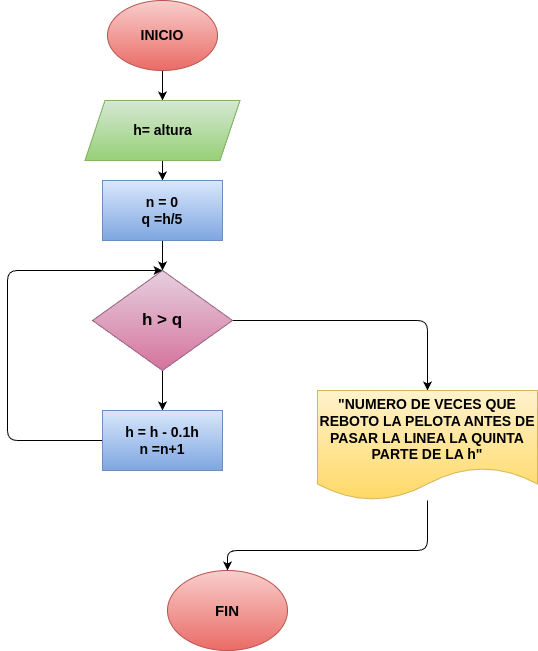
Before: Ejercicio_4/diagrama.png, a diagram exported from draw.io (andrespinillacolegioguanenta/INTRUCCIONES_REP). Source tidied: cells renumbered, new cells last; positions are measured from the earlier drawing's top-left corner, leaving out a move shared by most shapes.
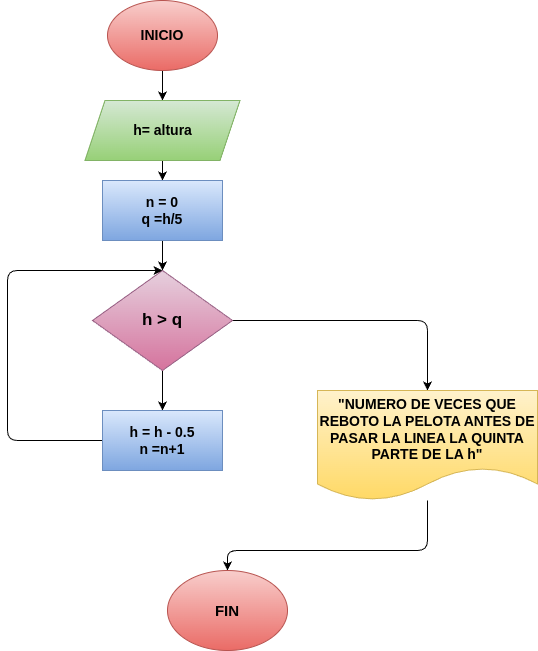
The same file after the commit.

The edit, as a diff of the source:
```diff
@@ -41,7 +41,7 @@
         </Array>
       </mxGeometry>
     </mxCell>
-    <mxCell id="12" value="&lt;b&gt;&lt;font style=&quot;font-size: 14px; color: rgb(0, 0, 0);&quot;&gt;h = h - 0.1h&lt;/font&gt;&lt;/b&gt;&lt;div&gt;&lt;b&gt;&lt;font style=&quot;font-size: 14px; color: rgb(0, 0, 0);&quot;&gt;n =n+1&lt;/font&gt;&lt;/b&gt;&lt;/div&gt;" style="rounded=0;whiteSpace=wrap;html=1;fillColor=#dae8fc;gradientColor=#7ea6e0;strokeColor=#6c8ebf;" parent="1" vertex="1">
+    <mxCell id="12" value="&lt;b&gt;&lt;font style=&quot;font-size: 14px; color: rgb(0, 0, 0);&quot;&gt;h = h - 0.5&lt;/font&gt;&lt;/b&gt;&lt;div&gt;&lt;b&gt;&lt;font style=&quot;font-size: 14px; color: rgb(0, 0, 0);&quot;&gt;n =n+1&lt;/font&gt;&lt;/b&gt;&lt;/div&gt;" style="rounded=0;whiteSpace=wrap;html=1;fillColor=#dae8fc;gradientColor=#7ea6e0;strokeColor=#6c8ebf;" parent="1" vertex="1">
       <mxGeometry x="95" y="410" width="120" height="60" as="geometry" />
     </mxCell>
     <mxCell id="13" style="edgeStyle=none;html=1;entryX=0.5;entryY=0;entryDx=0;entryDy=0;" parent="1" edge="1" source="14" target="15">
```
